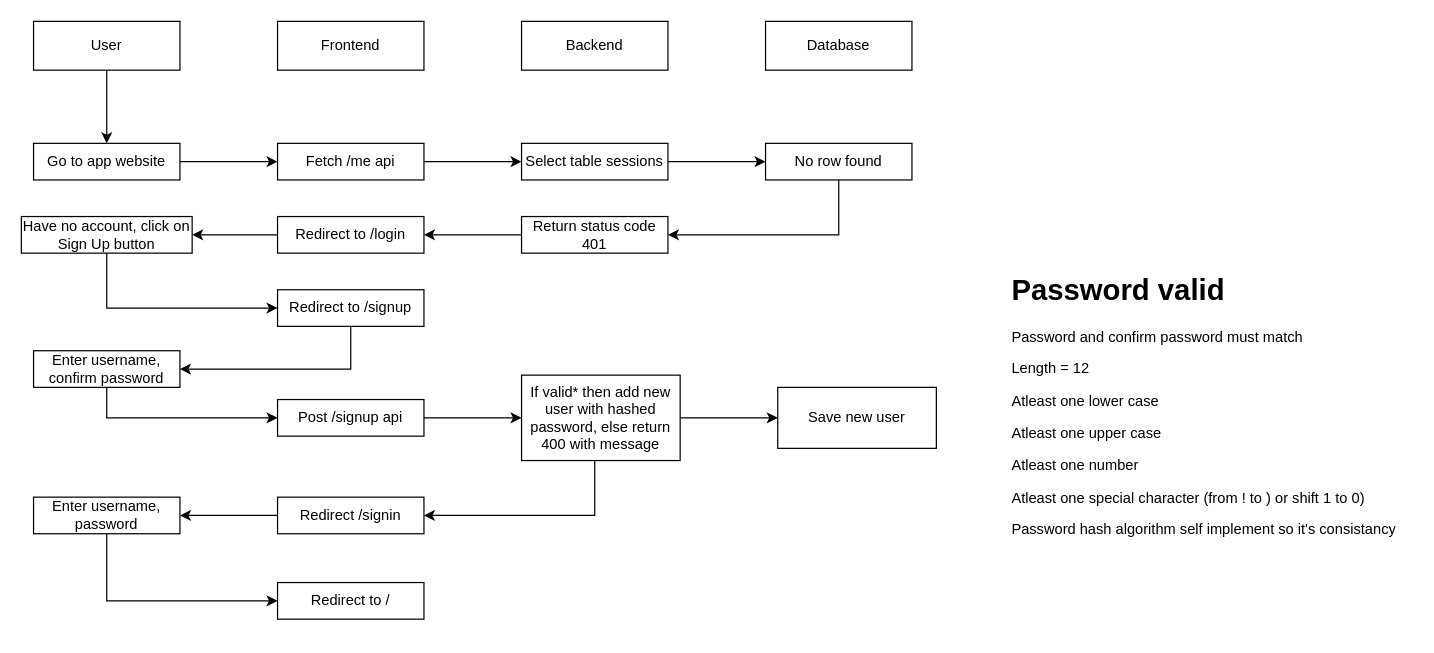
The draw.io diagram documents/app-flow-user-database-backend-frontend.drawio in lulo97/shadow-practice-project, before the edit. Source tidied: cells renumbered, new cells numbered last; positions are measured from the earlier drawing's top-left corner, leaving out a move shared by most shapes. Both pictures are drawn from the tidied source at 122%, with x=0, y=0 at pixel (21, 21).
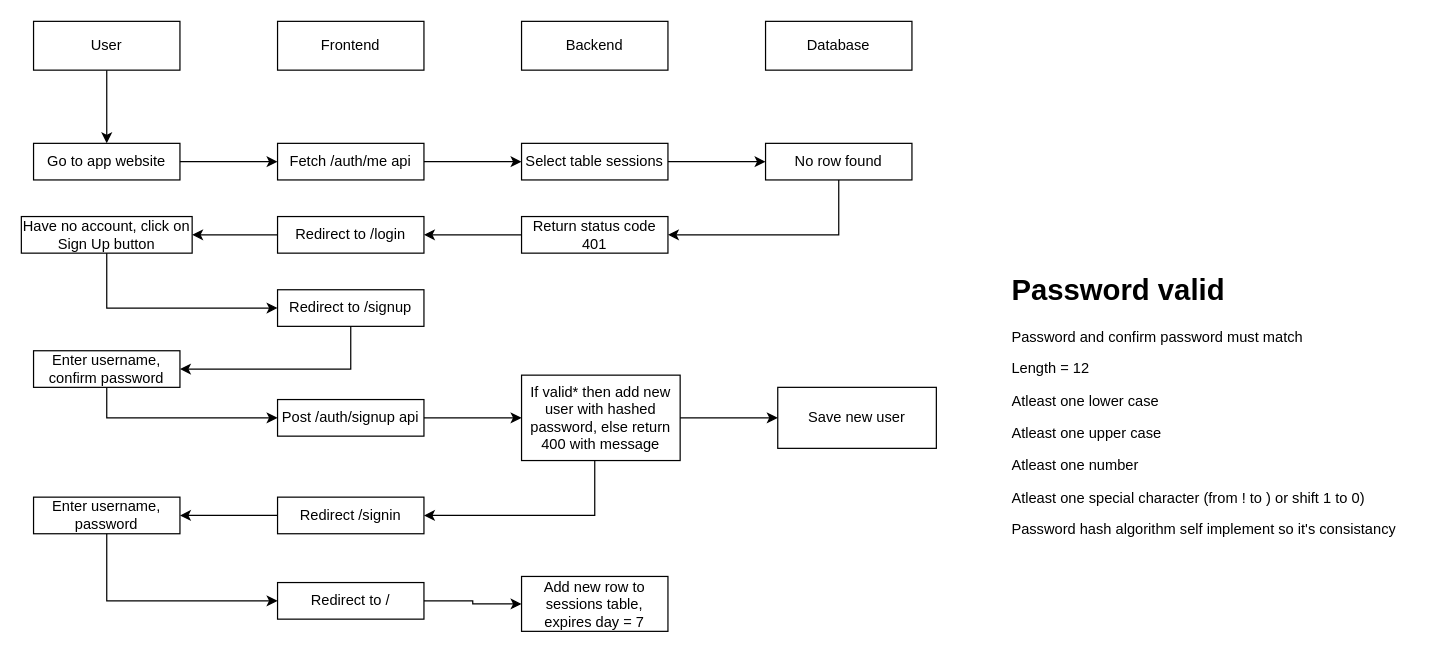
After the change.

The change refers to these unchanged cells:
```xml
<mxCell id="36" value="Redirect to /" style="text;html=1;whiteSpace=wrap;strokeColor=default;fillColor=none;align=center;verticalAlign=middle;rounded=0;" parent="1" vertex="1">
  <mxGeometry x="210" y="460" width="120" height="30" as="geometry" />
</mxCell>
```

Change to the diagram source:
```diff
@@
-    <mxCell id="10" value="Fetch /me api" style="text;html=1;whiteSpace=wrap;strokeColor=default;fillColor=none;align=center;verticalAlign=middle;rounded=0;" parent="1" vertex="1">
+    <mxCell id="10" value="Fetch /auth/me api" style="text;html=1;whiteSpace=wrap;strokeColor=default;fillColor=none;align=center;verticalAlign=middle;rounded=0;" parent="1" vertex="1">
       <mxGeometry x="210" y="100" width="120" height="30" as="geometry" />
     </mxCell>
@@
-    <mxCell id="26" value="Post /signup api" style="text;html=1;whiteSpace=wrap;strokeColor=default;fillColor=none;align=center;verticalAlign=middle;rounded=0;" parent="1" vertex="1">
+    <mxCell id="26" value="Post /auth/signup api" style="text;html=1;whiteSpace=wrap;strokeColor=default;fillColor=none;align=center;verticalAlign=middle;rounded=0;" parent="1" vertex="1">
       <mxGeometry x="210" y="310" width="120" height="30" as="geometry" />
     </mxCell>
@@
+    <mxCell id="37" style="edgeStyle=orthogonalEdgeStyle;rounded=0;jettySize=auto;html=1;" parent="1" edge="1" source="36" target="38">
+      <mxGeometry relative="1" as="geometry" />
+    </mxCell>
@@
+    <mxCell id="38" value="Add new row to sessions table, expires day = 7" style="text;html=1;whiteSpace=wrap;strokeColor=default;fillColor=none;align=center;verticalAlign=middle;rounded=0;" parent="1" vertex="1">
+      <mxGeometry x="410" y="455" width="120" height="45" as="geometry" />
+    </mxCell>
```
